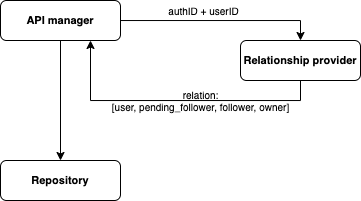
Before: decisions/backend/img/relationship_provider.png, a diagram exported from draw.io (yenta20/doc). Source tidied: cells renumbered, new cells last; positions are measured from the earlier drawing's top-left corner, leaving out a move shared by most shapes. Source of this version:
```xml
<mxGraphModel>
  <root>
    <mxCell id="0" />
    <mxCell id="1" parent="0" />
    <mxCell id="2" value="authID + userID" style="edgeStyle=orthogonalEdgeStyle;rounded=0;jettySize=auto;html=1;entryX=0.5;entryY=0;entryDx=0;entryDy=0;fontSize=10;" parent="1" edge="1" source="4" target="6">
      <mxGeometry x="-0.17" y="10" relative="1" as="geometry" />
    </mxCell>
    <mxCell id="3" style="edgeStyle=orthogonalEdgeStyle;rounded=0;jettySize=auto;html=1;exitX=0.5;exitY=1;exitDx=0;exitDy=0;entryX=0.5;entryY=0;entryDx=0;entryDy=0;labelBackgroundColor=none;fontSize=10;" parent="1" edge="1" source="4" target="7">
      <mxGeometry relative="1" as="geometry" />
    </mxCell>
    <mxCell id="4" value="API manager" style="rounded=1;whiteSpace=wrap;html=1;fontStyle=1;fontSize=11;" parent="1" vertex="1">
      <mxGeometry width="120" height="40" as="geometry" />
    </mxCell>
    <mxCell id="5" value="relation:&lt;br style=&quot;font-size: 10px;&quot;&gt;[user, pending_follower, follower, owner]" style="edgeStyle=orthogonalEdgeStyle;rounded=0;jettySize=auto;html=1;fontSize=10;exitX=0.5;exitY=1;exitDx=0;exitDy=0;entryX=0.75;entryY=1;entryDx=0;entryDy=0;labelBackgroundColor=none;" parent="1" edge="1" source="6" target="4">
      <mxGeometry x="-0.17" relative="1" as="geometry" />
    </mxCell>
    <mxCell id="6" value="Relationship provider" style="rounded=1;whiteSpace=wrap;html=1;fontStyle=1;fontSize=11;" parent="1" vertex="1">
      <mxGeometry x="240" y="40" width="120" height="40" as="geometry" />
    </mxCell>
    <mxCell id="7" value="Repository" style="rounded=1;whiteSpace=wrap;html=1;fontStyle=1;fontSize=11;" parent="1" vertex="1">
      <mxGeometry y="160" width="120" height="40" as="geometry" />
    </mxCell>
  </root>
</mxGraphModel>
```
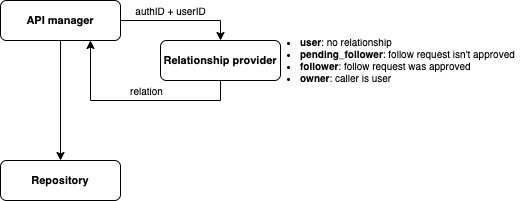
After the change.

Commit message:
Relationship diagram.

Change to the diagram source:
```diff
@@ -11,14 +11,17 @@
     <mxCell id="4" value="API manager" style="rounded=1;whiteSpace=wrap;html=1;fontStyle=1;fontSize=11;" parent="1" vertex="1">
       <mxGeometry width="120" height="40" as="geometry" />
     </mxCell>
-    <mxCell id="5" value="relation:&lt;br style=&quot;font-size: 10px;&quot;&gt;[user, pending_follower, follower, owner]" style="edgeStyle=orthogonalEdgeStyle;rounded=0;jettySize=auto;html=1;fontSize=10;exitX=0.5;exitY=1;exitDx=0;exitDy=0;entryX=0.75;entryY=1;entryDx=0;entryDy=0;labelBackgroundColor=none;" parent="1" edge="1" source="6" target="4">
-      <mxGeometry x="-0.17" relative="1" as="geometry" />
+    <mxCell id="5" value="relation" style="edgeStyle=orthogonalEdgeStyle;rounded=0;jettySize=auto;html=1;fontSize=10;exitX=0.5;exitY=1;exitDx=0;exitDy=0;entryX=0.75;entryY=1;entryDx=0;entryDy=0;labelBackgroundColor=none;" parent="1" edge="1" source="6" target="4">
+      <mxGeometry x="-0.1" y="-10" relative="1" as="geometry" />
     </mxCell>
     <mxCell id="6" value="Relationship provider" style="rounded=1;whiteSpace=wrap;html=1;fontStyle=1;fontSize=11;" parent="1" vertex="1">
-      <mxGeometry x="240" y="40" width="120" height="40" as="geometry" />
+      <mxGeometry x="160" y="40" width="120" height="40" as="geometry" />
     </mxCell>
     <mxCell id="7" value="Repository" style="rounded=1;whiteSpace=wrap;html=1;fontStyle=1;fontSize=11;" parent="1" vertex="1">
       <mxGeometry y="160" width="120" height="40" as="geometry" />
     </mxCell>
+    <mxCell id="8" value="&lt;ul style=&quot;font-size: 10px&quot;&gt;&lt;li style=&quot;font-size: 10px&quot;&gt;&lt;b&gt;user&lt;/b&gt;: no relationship&lt;/li&gt;&lt;li style=&quot;font-size: 10px&quot;&gt;&lt;b&gt;pending_follower&lt;/b&gt;: follow request isn't approved&lt;/li&gt;&lt;li style=&quot;font-size: 10px&quot;&gt;&lt;b&gt;follower&lt;/b&gt;: follow request was approved&lt;/li&gt;&lt;li style=&quot;font-size: 10px&quot;&gt;&lt;b&gt;owner&lt;/b&gt;: caller is user&lt;/li&gt;&lt;/ul&gt;" style="text;html=1;strokeColor=none;fillColor=none;align=left;verticalAlign=top;whiteSpace=wrap;rounded=0;fontSize=10;spacing=-14;spacingRight=0;spacingLeft=-6;" parent="1" vertex="1">
+      <mxGeometry x="280" y="35" width="240" height="50" as="geometry" />
+    </mxCell>
   </root>
 </mxGraphModel>
```
